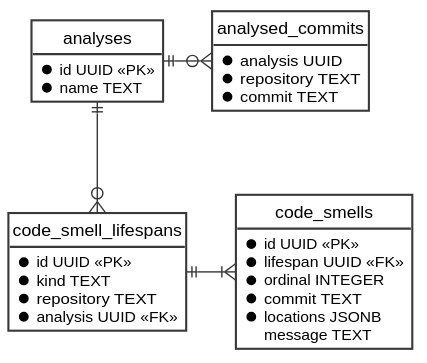
felixfbecker/olfaction keeps this PlantUML diagram as schema/database.svg. Above is the earlier version. Its diagram source:
```plantuml
@startuml database
hide circle
hide empty members
skinparam monochrome true
skinparam style strictuml
skinparam shadowing false
skinparam backgroundColor transparent
skinparam classBackgroundColor transparent

entity code_smell_lifespans {
  *id UUID <<PK>>
  *kind TEXT
  *repository TEXT
  *analysis UUID <<FK>>
}

entity code_smells {
  *id UUID <<PK>>
  *lifespan UUID <<FK>>
  *ordinal INTEGER
  *commit TEXT
  *locations JSONB
  message TEXT
}

code_smell_lifespans ||-|{ code_smells

entity analyses {
  *id UUID <<PK>>
  *name TEXT
}
analyses ||--o{ code_smell_lifespans

entity analysed_commits {
  *analysis UUID
  *repository TEXT
  *commit TEXT
}

analyses ||-o{ analysed_commits


@enduml
```
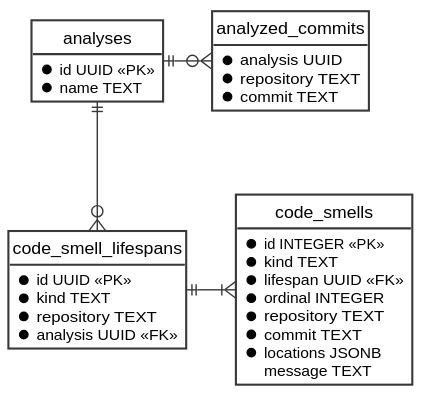
The same diagram one commit later.

Diff of the diagram source:
```diff
@@ -15,9 +15,11 @@
 }
 
 entity code_smells {
-  *id UUID <<PK>>
+  *id INTEGER <<PK>>
+  *kind TEXT
   *lifespan UUID <<FK>>
   *ordinal INTEGER
+  *repository TEXT
   *commit TEXT
   *locations JSONB
   message TEXT
@@ -31,13 +33,12 @@
 }
 analyses ||--o{ code_smell_lifespans
 
-entity analysed_commits {
+entity analyzed_commits {
   *analysis UUID
   *repository TEXT
   *commit TEXT
 }
 
-analyses ||-o{ analysed_commits
-
+analyses ||-o{ analyzed_commits
 
 @enduml
```
